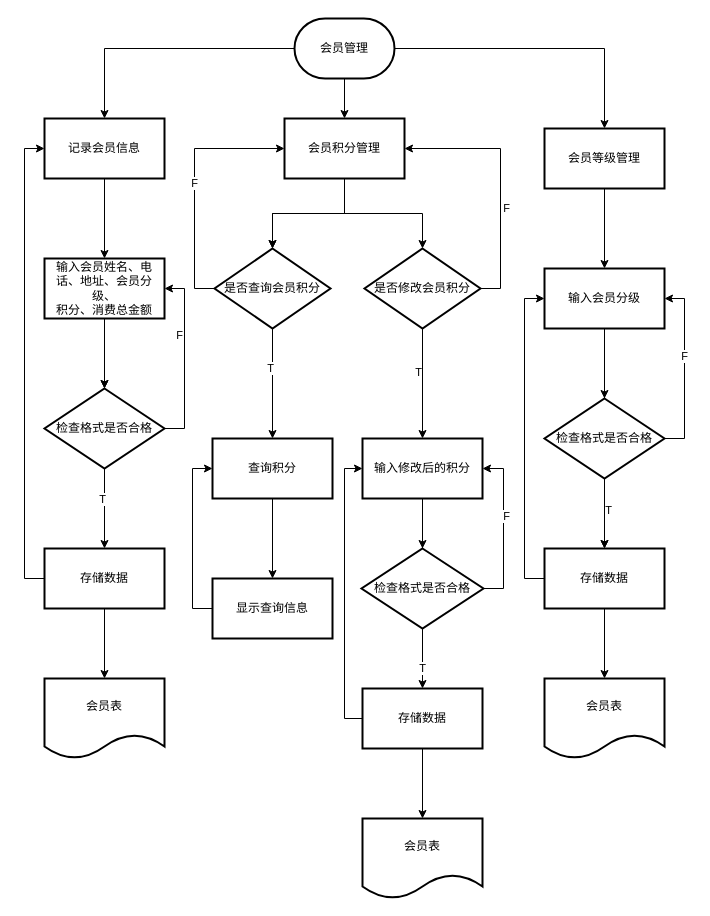
Software-Engineering-Group-sophomore/SDUWH-2023-SE_DS_Work2 keeps this draw.io diagram as page "会员管理" (3 of 4) of 过程设计/功能流程图.drawio. Above is the earlier version. Source tidied: cells renumbered, new cells numbered last; positions are measured from the earlier drawing's top-left corner, leaving out a move shared by most shapes. Both pictures are drawn from the tidied source at 100%, with x=0, y=0 at pixel (44, 18).
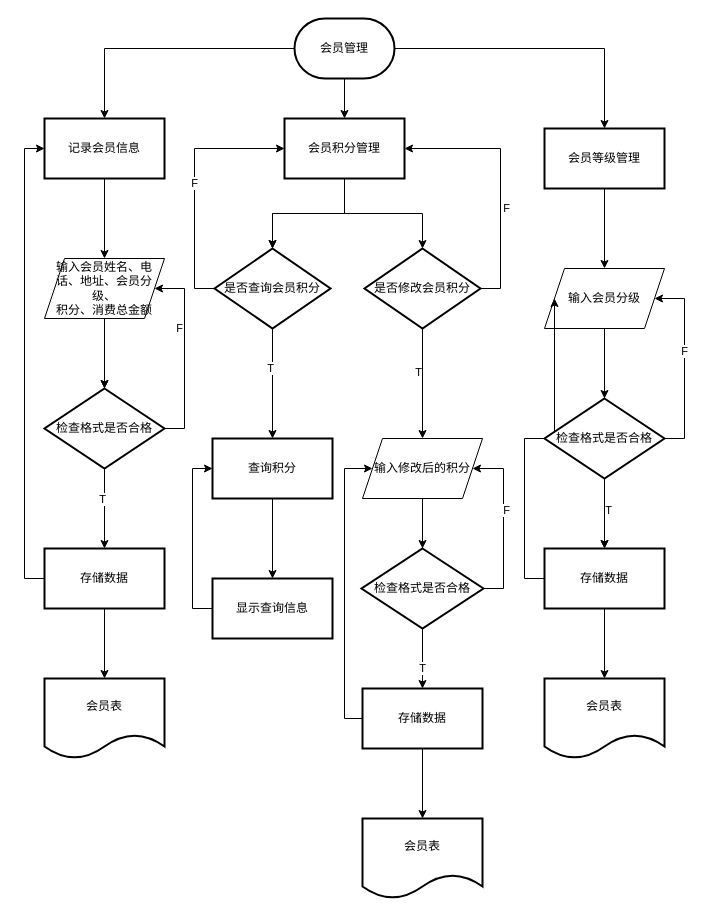
The same page after the edit.

Unchanged cells that the change refers to:
```xml
<mxCell id="19" value="检查格式是否合格" style="rhombus;whiteSpace=wrap;html=1;strokeWidth=2;" parent="1" vertex="1">
  <mxGeometry y="370" width="120" height="80" as="geometry" />
</mxCell>
<mxCell id="56" value="检查格式是否合格" style="rhombus;whiteSpace=wrap;html=1;strokeWidth=2;" parent="1" vertex="1">
  <mxGeometry x="500" y="380" width="120" height="80" as="geometry" />
</mxCell>
<mxCell id="59" value="检查格式是否合格" style="rhombus;whiteSpace=wrap;html=1;strokeWidth=2;" parent="1" vertex="1">
  <mxGeometry x="317" y="530" width="122" height="80" as="geometry" />
</mxCell>
```

Change to the diagram source:
```diff
@@
-    <mxCell id="11" value="输入会员姓名、电话、地址、会员分级、&lt;br&gt;积分、消费总金额" style="whiteSpace=wrap;html=1;strokeWidth=2;" parent="1" vertex="1">
+    <mxCell id="11" value="输入会员姓名、电话、地址、会员分级、&lt;br&gt;积分、消费总金额" style="shape=parallelogram;perimeter=parallelogramPerimeter;whiteSpace=wrap;html=1;fixedSize=1;" parent="1" vertex="1">
       <mxGeometry y="240" width="120" height="60" as="geometry" />
     </mxCell>
@@
     <mxCell id="17" style="edgeStyle=orthogonalEdgeStyle;rounded=0;jettySize=auto;html=1;exitX=1;exitY=0.5;exitDx=0;exitDy=0;entryX=1;entryY=0.5;entryDx=0;entryDy=0;" parent="1" edge="1" source="19" target="11">
-      <mxGeometry relative="1" as="geometry" />
+      <mxGeometry relative="1" as="geometry">
+        <Array as="points">
+          <mxPoint x="140" y="410" />
+          <mxPoint x="140" y="270" />
+        </Array>
+      </mxGeometry>
     </mxCell>
@@
-    <mxCell id="38" value="输入修改后的积分" style="whiteSpace=wrap;html=1;strokeWidth=2;" parent="1" vertex="1">
+    <mxCell id="38" value="输入修改后的积分" style="shape=parallelogram;perimeter=parallelogramPerimeter;whiteSpace=wrap;html=1;fixedSize=1;" parent="1" vertex="1">
       <mxGeometry x="318" y="420" width="120" height="60" as="geometry" />
     </mxCell>
@@
-    <mxCell id="49" value="输入会员分级" style="whiteSpace=wrap;html=1;strokeWidth=2;" parent="1" vertex="1">
+    <mxCell id="49" value="输入会员分级" style="shape=parallelogram;perimeter=parallelogramPerimeter;whiteSpace=wrap;html=1;fixedSize=1;" parent="1" vertex="1">
       <mxGeometry x="500" y="250" width="120" height="60" as="geometry" />
     </mxCell>
@@
     <mxCell id="54" style="edgeStyle=orthogonalEdgeStyle;rounded=0;jettySize=auto;html=1;exitX=1;exitY=0.5;exitDx=0;exitDy=0;entryX=1;entryY=0.5;entryDx=0;entryDy=0;" parent="1" edge="1" source="56" target="49">
-      <mxGeometry relative="1" as="geometry" />
+      <mxGeometry relative="1" as="geometry">
+        <Array as="points">
+          <mxPoint x="640" y="420" />
+          <mxPoint x="640" y="280" />
+        </Array>
+      </mxGeometry>
     </mxCell>
@@
     <mxCell id="57" style="edgeStyle=orthogonalEdgeStyle;rounded=0;jettySize=auto;html=1;exitX=1;exitY=0.5;exitDx=0;exitDy=0;entryX=1;entryY=0.5;entryDx=0;entryDy=0;" parent="1" edge="1" source="59" target="38">
-      <mxGeometry relative="1" as="geometry" />
+      <mxGeometry relative="1" as="geometry">
+        <Array as="points">
+          <mxPoint x="459" y="570" />
+          <mxPoint x="459" y="450" />
+        </Array>
+      </mxGeometry>
     </mxCell>
```
